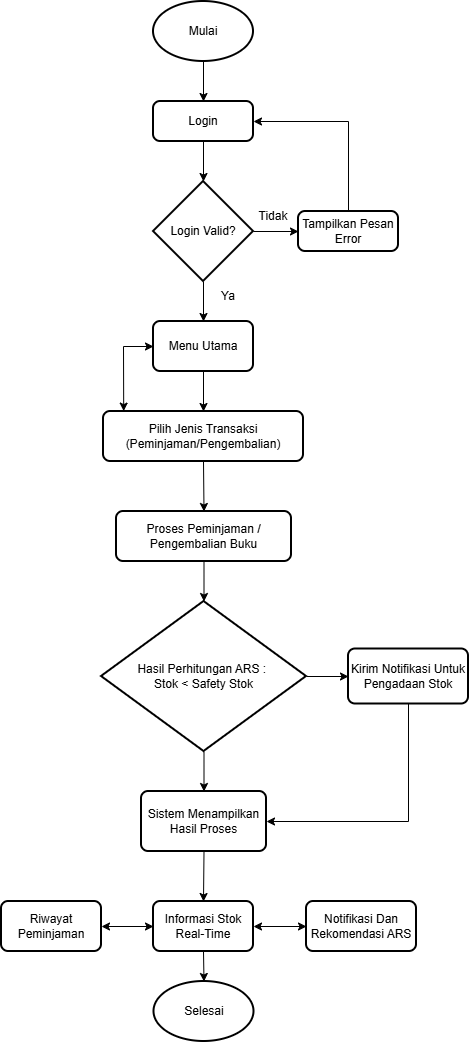
Above: Gambar diagram/Use case-flowchart.drawio.png in DikiDrim/FileSkripsi (draw.io), before the change. Source tidied: cells renumbered, new cells last; positions are measured from the earlier drawing's top-left corner, leaving out a move shared by most shapes. Source of this version:
```xml
<mxGraphModel>
  <root>
    <mxCell id="0" />
    <mxCell id="1" parent="0" />
    <mxCell id="2" value="Mulai" style="strokeWidth=2;html=1;shape=mxgraph.flowchart.start_1;whiteSpace=wrap;" parent="1" vertex="1">
      <mxGeometry x="152" width="100" height="60" as="geometry" />
    </mxCell>
    <mxCell id="3" value="Login" style="rounded=1;whiteSpace=wrap;html=1;absoluteArcSize=1;arcSize=14;strokeWidth=2;" parent="1" vertex="1">
      <mxGeometry x="152" y="100" width="100" height="40" as="geometry" />
    </mxCell>
    <mxCell id="4" value="Login Valid?" style="strokeWidth=2;html=1;shape=mxgraph.flowchart.decision;whiteSpace=wrap;" parent="1" vertex="1">
      <mxGeometry x="152" y="180" width="100" height="100" as="geometry" />
    </mxCell>
    <mxCell id="5" value="Tampilkan Pesan Error" style="rounded=1;whiteSpace=wrap;html=1;absoluteArcSize=1;arcSize=14;strokeWidth=2;" parent="1" vertex="1">
      <mxGeometry x="297" y="210" width="100" height="40" as="geometry" />
    </mxCell>
    <mxCell id="6" value="Menu Utama" style="rounded=1;whiteSpace=wrap;html=1;absoluteArcSize=1;arcSize=14;strokeWidth=2;" parent="1" vertex="1">
      <mxGeometry x="152" y="320" width="100" height="50" as="geometry" />
    </mxCell>
    <mxCell id="7" value="Proses Peminjaman / Pengembalian Buku" style="rounded=1;whiteSpace=wrap;html=1;absoluteArcSize=1;arcSize=14;strokeWidth=2;" parent="1" vertex="1">
      <mxGeometry x="115" y="510" width="175" height="50" as="geometry" />
    </mxCell>
    <mxCell id="8" value="Hasil Perhitungan ARS :&amp;nbsp;&lt;div&gt;Stok &amp;lt; Safety Stok&lt;/div&gt;" style="strokeWidth=2;html=1;shape=mxgraph.flowchart.decision;whiteSpace=wrap;" parent="1" vertex="1">
      <mxGeometry x="100" y="600" width="205" height="150" as="geometry" />
    </mxCell>
    <mxCell id="9" value="Sistem Menampilkan Hasil Proses" style="rounded=1;whiteSpace=wrap;html=1;absoluteArcSize=1;arcSize=14;strokeWidth=2;" parent="1" vertex="1">
      <mxGeometry x="140" y="790" width="125" height="60" as="geometry" />
    </mxCell>
    <mxCell id="10" value="Kirim Notifikasi Untuk Pengadaan Stok" style="rounded=1;whiteSpace=wrap;html=1;absoluteArcSize=1;arcSize=14;strokeWidth=2;" parent="1" vertex="1">
      <mxGeometry x="347" y="647.5" width="120" height="55" as="geometry" />
    </mxCell>
    <mxCell id="11" value="Informasi Stok Real-Time" style="rounded=1;whiteSpace=wrap;html=1;absoluteArcSize=1;arcSize=14;strokeWidth=2;" parent="1" vertex="1">
      <mxGeometry x="152" y="900" width="100" height="50" as="geometry" />
    </mxCell>
    <mxCell id="12" value="Riwayat Peminjaman" style="rounded=1;whiteSpace=wrap;html=1;absoluteArcSize=1;arcSize=14;strokeWidth=2;" parent="1" vertex="1">
      <mxGeometry y="900" width="100" height="50" as="geometry" />
    </mxCell>
    <mxCell id="13" value="Notifikasi Dan Rekomendasi ARS" style="rounded=1;whiteSpace=wrap;html=1;absoluteArcSize=1;arcSize=14;strokeWidth=2;" parent="1" vertex="1">
      <mxGeometry x="305" y="900" width="110" height="50" as="geometry" />
    </mxCell>
    <mxCell id="14" value="Selesai" style="strokeWidth=2;html=1;shape=mxgraph.flowchart.start_1;whiteSpace=wrap;" parent="1" vertex="1">
      <mxGeometry x="152.5" y="980" width="100" height="60" as="geometry" />
    </mxCell>
    <mxCell id="15" style="endArrow=classic;html=1;rounded=0;exitX=0.5;exitY=1;exitDx=0;exitDy=0;exitPerimeter=0;entryX=0.5;entryY=0;entryDx=0;entryDy=0;" parent="1" edge="1" source="2" target="3">
      <mxGeometry relative="1" as="geometry" />
    </mxCell>
    <mxCell id="16" style="endArrow=classic;html=1;rounded=0;exitX=0.5;exitY=1;exitDx=0;exitDy=0;entryX=0.5;entryY=0;entryDx=0;entryDy=0;entryPerimeter=0;" parent="1" edge="1" source="3" target="4">
      <mxGeometry relative="1" as="geometry" />
    </mxCell>
    <mxCell id="17" style="endArrow=classic;html=1;rounded=0;exitX=1;exitY=0.5;exitDx=0;exitDy=0;exitPerimeter=0;entryX=0;entryY=0.5;entryDx=0;entryDy=0;" parent="1" edge="1" source="4" target="5">
      <mxGeometry relative="1" as="geometry" />
    </mxCell>
    <mxCell id="18" style="endArrow=classic;html=1;rounded=0;exitX=0.5;exitY=0;exitDx=0;exitDy=0;entryX=1;entryY=0.5;entryDx=0;entryDy=0;" parent="1" edge="1" source="5" target="3">
      <mxGeometry relative="1" as="geometry">
        <Array as="points">
          <mxPoint x="347" y="120" />
        </Array>
      </mxGeometry>
    </mxCell>
    <mxCell id="19" style="endArrow=classic;html=1;rounded=0;exitX=0.5;exitY=1;exitDx=0;exitDy=0;exitPerimeter=0;entryX=0.5;entryY=0;entryDx=0;entryDy=0;" parent="1" edge="1" source="4" target="6">
      <mxGeometry relative="1" as="geometry" />
    </mxCell>
    <mxCell id="20" value="Pilih Jenis Transaksi&lt;div&gt;(Peminjaman/Pengembalian)&lt;/div&gt;" style="rounded=1;whiteSpace=wrap;html=1;absoluteArcSize=1;arcSize=14;strokeWidth=2;" parent="1" vertex="1">
      <mxGeometry x="102" y="410" width="200" height="50" as="geometry" />
    </mxCell>
    <mxCell id="21" style="endArrow=classic;html=1;rounded=0;exitX=0.5;exitY=1;exitDx=0;exitDy=0;entryX=0.5;entryY=0;entryDx=0;entryDy=0;" parent="1" edge="1" source="6" target="20">
      <mxGeometry relative="1" as="geometry" />
    </mxCell>
    <mxCell id="22" value="Tidak" style="text;html=1;whiteSpace=wrap;strokeColor=none;fillColor=none;align=center;verticalAlign=middle;rounded=0;" parent="1" vertex="1">
      <mxGeometry x="247" y="200" width="50" height="30" as="geometry" />
    </mxCell>
    <mxCell id="23" value="Ya" style="text;html=1;whiteSpace=wrap;strokeColor=none;fillColor=none;align=center;verticalAlign=middle;rounded=0;" parent="1" vertex="1">
      <mxGeometry x="207" y="280" width="40" height="30" as="geometry" />
    </mxCell>
    <mxCell id="24" style="endArrow=classic;startArrow=classic;html=1;rounded=0;exitX=0;exitY=0.5;exitDx=0;exitDy=0;entryX=0.101;entryY=-0.008;entryDx=0;entryDy=0;entryPerimeter=0;" parent="1" edge="1" source="6" target="20">
      <mxGeometry relative="1" as="geometry">
        <Array as="points">
          <mxPoint x="122" y="345" />
        </Array>
      </mxGeometry>
    </mxCell>
    <mxCell id="25" style="endArrow=classic;html=1;rounded=0;exitX=0.5;exitY=1;exitDx=0;exitDy=0;entryX=0.5;entryY=0;entryDx=0;entryDy=0;" parent="1" edge="1" source="20" target="7">
      <mxGeometry relative="1" as="geometry" />
    </mxCell>
    <mxCell id="26" style="endArrow=classic;html=1;rounded=0;exitX=0.5;exitY=1;exitDx=0;exitDy=0;entryX=0.5;entryY=0;entryDx=0;entryDy=0;entryPerimeter=0;" parent="1" edge="1" source="7" target="8">
      <mxGeometry relative="1" as="geometry" />
    </mxCell>
    <mxCell id="27" style="endArrow=classic;html=1;rounded=0;exitX=1;exitY=0.5;exitDx=0;exitDy=0;exitPerimeter=0;entryX=0;entryY=0.5;entryDx=0;entryDy=0;" parent="1" edge="1" source="8" target="10">
      <mxGeometry relative="1" as="geometry" />
    </mxCell>
    <mxCell id="28" style="endArrow=classic;html=1;rounded=0;exitX=0.5;exitY=1;exitDx=0;exitDy=0;exitPerimeter=0;entryX=0.5;entryY=0;entryDx=0;entryDy=0;" parent="1" edge="1" source="8" target="9">
      <mxGeometry relative="1" as="geometry" />
    </mxCell>
    <mxCell id="29" style="endArrow=classic;html=1;rounded=0;exitX=0.5;exitY=1;exitDx=0;exitDy=0;entryX=1;entryY=0.5;entryDx=0;entryDy=0;" parent="1" edge="1" source="10" target="9">
      <mxGeometry relative="1" as="geometry">
        <Array as="points">
          <mxPoint x="407" y="820" />
        </Array>
      </mxGeometry>
    </mxCell>
    <mxCell id="30" style="endArrow=classic;html=1;rounded=0;exitX=0.5;exitY=1;exitDx=0;exitDy=0;entryX=0.5;entryY=0;entryDx=0;entryDy=0;" parent="1" edge="1" source="9" target="11">
      <mxGeometry relative="1" as="geometry" />
    </mxCell>
    <mxCell id="31" style="endArrow=classic;startArrow=classic;html=1;rounded=0;exitX=1;exitY=0.5;exitDx=0;exitDy=0;entryX=0;entryY=0.5;entryDx=0;entryDy=0;" parent="1" edge="1" source="12" target="11">
      <mxGeometry relative="1" as="geometry" />
    </mxCell>
    <mxCell id="32" style="endArrow=classic;html=1;rounded=0;exitX=0.5;exitY=1;exitDx=0;exitDy=0;entryX=0.5;entryY=0;entryDx=0;entryDy=0;entryPerimeter=0;" parent="1" edge="1" source="11" target="14">
      <mxGeometry relative="1" as="geometry" />
    </mxCell>
    <mxCell id="33" style="endArrow=classic;startArrow=classic;html=1;rounded=0;entryX=0;entryY=0.5;entryDx=0;entryDy=0;exitX=1;exitY=0.5;exitDx=0;exitDy=0;" parent="1" edge="1" source="11" target="13">
      <mxGeometry relative="1" as="geometry" />
    </mxCell>
  </root>
</mxGraphModel>
```
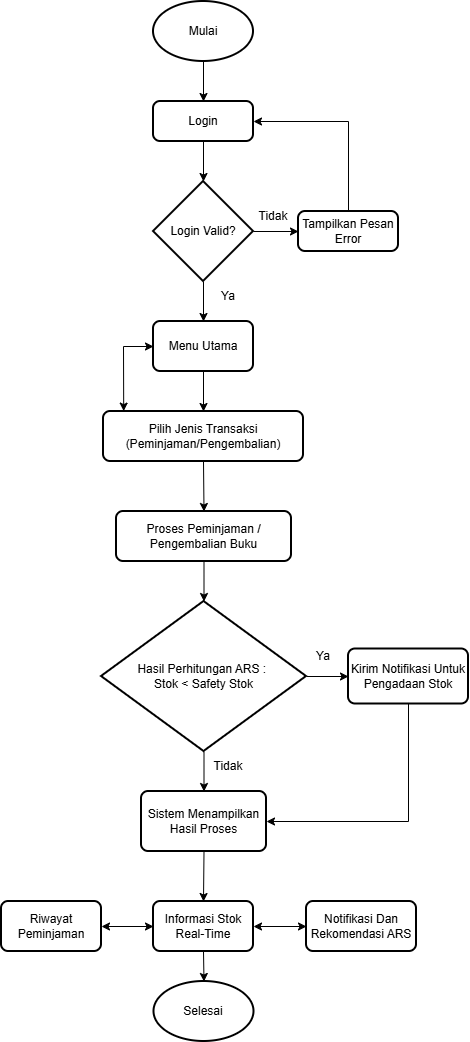
The same file after the commit.

The edit, as a diff of the source:
```diff
@@ -110,5 +110,11 @@
     <mxCell id="33" style="endArrow=classic;startArrow=classic;html=1;rounded=0;entryX=0;entryY=0.5;entryDx=0;entryDy=0;exitX=1;exitY=0.5;exitDx=0;exitDy=0;" parent="1" edge="1" source="11" target="13">
       <mxGeometry relative="1" as="geometry" />
     </mxCell>
+    <mxCell id="34" value="Ya" style="text;html=1;whiteSpace=wrap;strokeColor=none;fillColor=none;align=center;verticalAlign=middle;rounded=0;" parent="1" vertex="1">
+      <mxGeometry x="302" y="640" width="40" height="30" as="geometry" />
+    </mxCell>
+    <mxCell id="35" value="Tidak" style="text;html=1;whiteSpace=wrap;strokeColor=none;fillColor=none;align=center;verticalAlign=middle;rounded=0;" parent="1" vertex="1">
+      <mxGeometry x="202" y="750" width="50" height="30" as="geometry" />
+    </mxCell>
   </root>
 </mxGraphModel>
```
